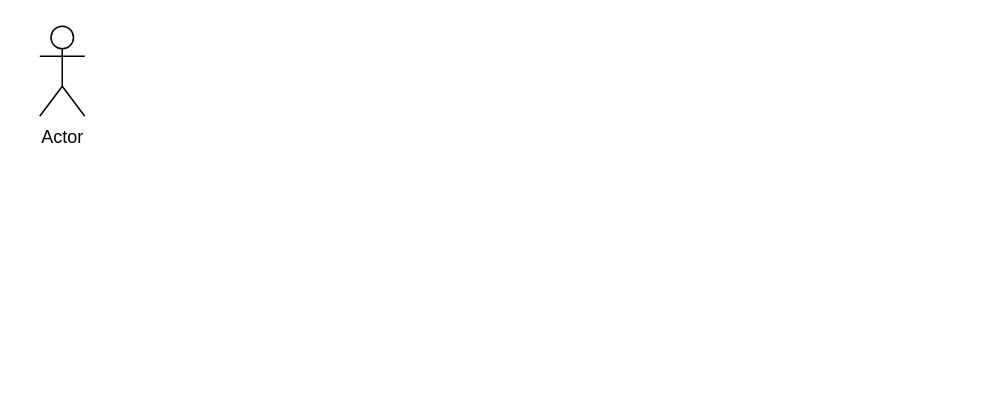
ko246/ohara_uml keeps this draw.io diagram as group/07_web_visitor/robustness_logout.drawio. Above is the earlier version. Source tidied: cells renumbered, new cells numbered last; positions are measured from the earlier drawing's top-left corner, leaving out a move shared by most shapes. Both pictures are drawn from the tidied source at 150%, with x=0, y=0 at pixel (39, 26).
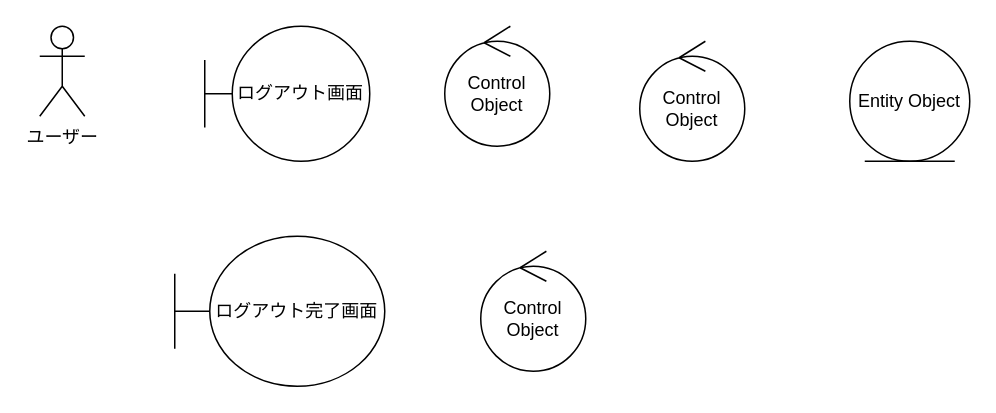
The same page after the edit.

What changed in the source:
```diff
@@
 <mxGraphModel>
   <root>
     <mxCell id="0" />
     <mxCell id="1" parent="0" />
-    <mxCell id="2" value="Actor" style="shape=umlActor;verticalLabelPosition=bottom;verticalAlign=top;html=1;" parent="1" vertex="1">
+    <mxCell id="2" value="ユーザー" style="shape=umlActor;verticalLabelPosition=bottom;verticalAlign=top;html=1;" parent="1" vertex="1">
       <mxGeometry width="30" height="60" as="geometry" />
     </mxCell>
+    <mxCell id="3" value="Control Object" style="ellipse;shape=umlControl;whiteSpace=wrap;html=1;" parent="1" vertex="1">
+      <mxGeometry x="270" width="70" height="80" as="geometry" />
+    </mxCell>
+    <mxCell id="4" value="Control Object" style="ellipse;shape=umlControl;whiteSpace=wrap;html=1;" parent="1" vertex="1">
+      <mxGeometry x="294" y="150" width="70" height="80" as="geometry" />
+    </mxCell>
+    <mxCell id="5" value="Control Object" style="ellipse;shape=umlControl;whiteSpace=wrap;html=1;" parent="1" vertex="1">
+      <mxGeometry x="400" y="10" width="70" height="80" as="geometry" />
+    </mxCell>
+    <mxCell id="6" value="ログアウト完了画面" style="shape=umlBoundary;whiteSpace=wrap;html=1;" parent="1" vertex="1">
+      <mxGeometry x="90" y="140" width="140" height="100" as="geometry" />
+    </mxCell>
+    <mxCell id="7" value="ログアウト画面" style="shape=umlBoundary;whiteSpace=wrap;html=1;" parent="1" vertex="1">
+      <mxGeometry x="110" width="110" height="90" as="geometry" />
+    </mxCell>
+    <mxCell id="8" value="Entity Object" style="ellipse;shape=umlEntity;whiteSpace=wrap;html=1;" parent="1" vertex="1">
+      <mxGeometry x="540" y="10" width="80" height="80" as="geometry" />
+    </mxCell>
   </root>
 </mxGraphModel>
```
